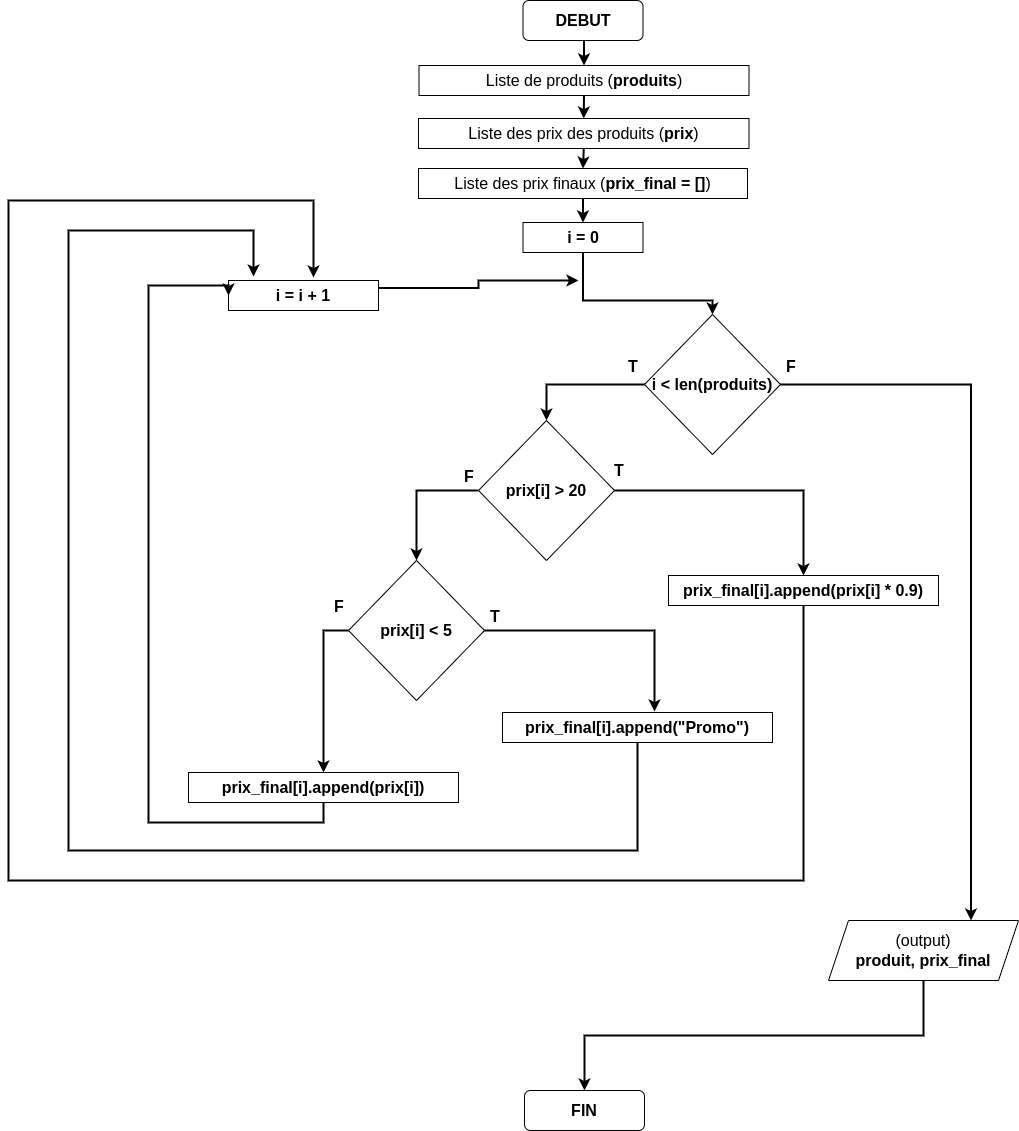
Earlier version of the draw.io export 1M/prog/revisions/images/prix-promo.png (vkeller/modulo-gybe). Source tidied: cells renumbered, new cells last; positions are measured from the earlier drawing's top-left corner, leaving out a move shared by most shapes.
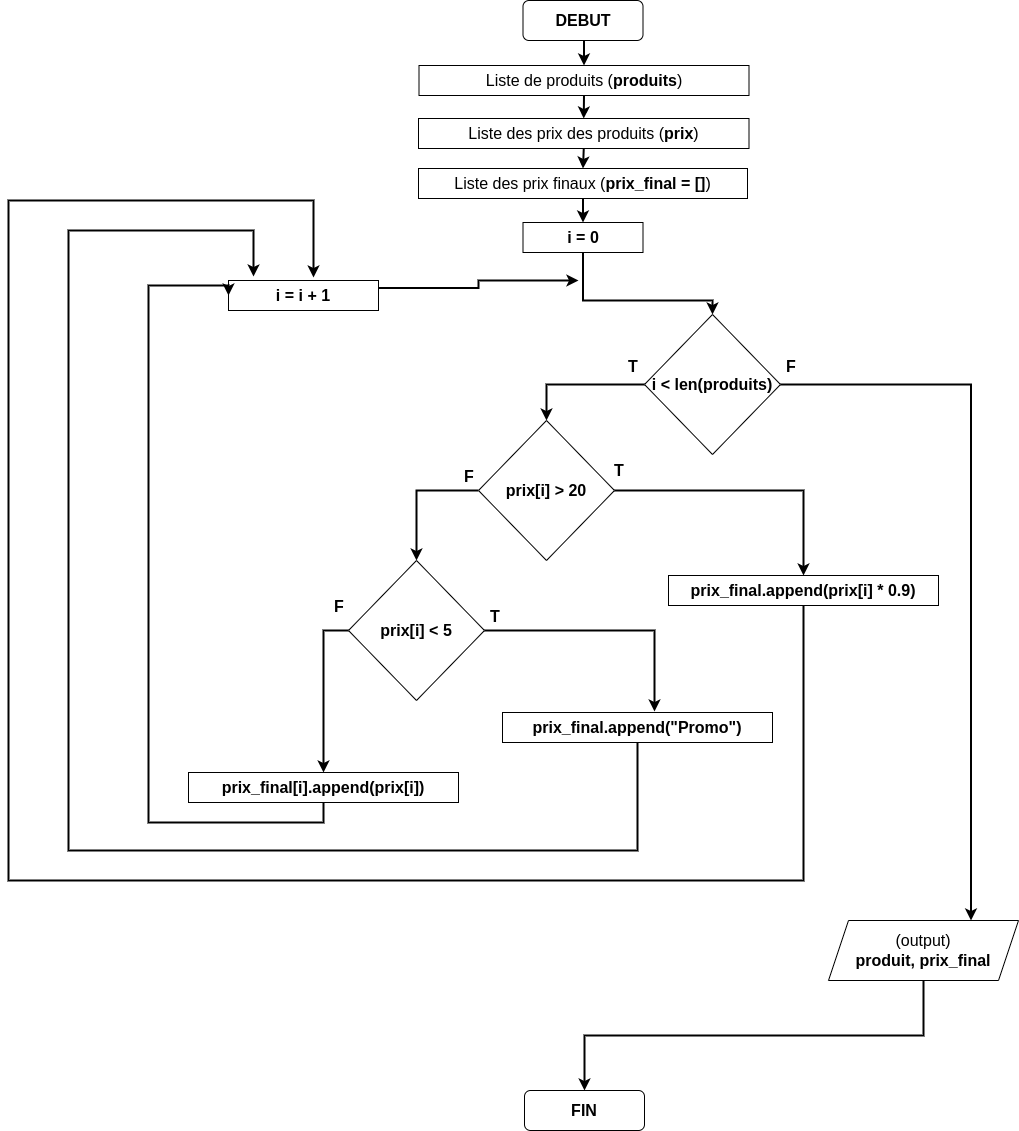
Later version of the same file.

Commit message:
modif mineure

Diff of the diagram source:
```diff
@@ -82,7 +82,7 @@
         </Array>
       </mxGeometry>
     </mxCell>
-    <mxCell id="24" value="&lt;b&gt;prix_final[i].append(prix[i] * 0.9)&lt;/b&gt;" style="rounded=0;whiteSpace=wrap;html=1;fontSize=16;" parent="1" vertex="1">
+    <mxCell id="24" value="&lt;b&gt;prix_final.append(prix[i] * 0.9)&lt;/b&gt;" style="rounded=0;whiteSpace=wrap;html=1;fontSize=16;" parent="1" vertex="1">
       <mxGeometry x="660" y="575" width="270" height="30" as="geometry" />
     </mxCell>
     <mxCell id="25" style="edgeStyle=orthogonalEdgeStyle;rounded=0;jettySize=auto;html=1;exitX=1;exitY=0.5;exitDx=0;exitDy=0;entryX=0.563;entryY=-0.033;entryDx=0;entryDy=0;entryPerimeter=0;strokeWidth=2;fontSize=16;" parent="1" edge="1" source="27" target="29">
@@ -104,7 +104,7 @@
         </Array>
       </mxGeometry>
     </mxCell>
-    <mxCell id="29" value="&lt;b&gt;prix_final[i].append(&quot;Promo&quot;)&lt;/b&gt;" style="rounded=0;whiteSpace=wrap;html=1;fontSize=16;" parent="1" vertex="1">
+    <mxCell id="29" value="&lt;b&gt;prix_final.append(&quot;Promo&quot;)&lt;/b&gt;" style="rounded=0;whiteSpace=wrap;html=1;fontSize=16;" parent="1" vertex="1">
       <mxGeometry x="494" y="712" width="270" height="30" as="geometry" />
     </mxCell>
     <mxCell id="30" style="edgeStyle=orthogonalEdgeStyle;rounded=0;jettySize=auto;html=1;exitX=0.5;exitY=1;exitDx=0;exitDy=0;entryX=0;entryY=0.5;entryDx=0;entryDy=0;strokeWidth=2;fontSize=16;" parent="1" edge="1" source="31" target="13">
```
